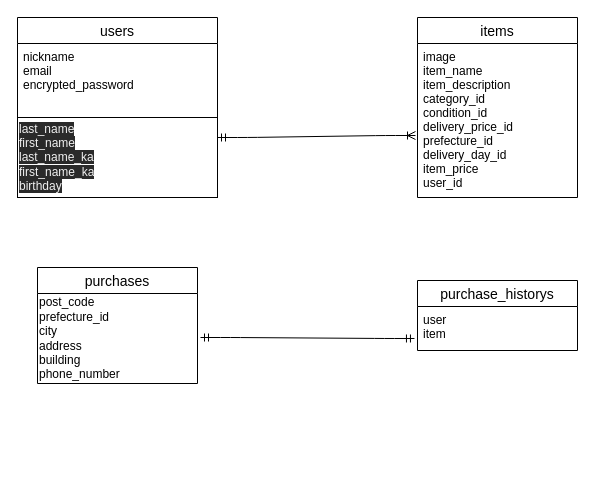
This is er.dio from teru-sei/furima-35973, a draw.io file, before an edit. Source tidied: cells renumbered, new cells numbered last; positions are measured from the earlier drawing's top-left corner, leaving out a move shared by most shapes. Both pictures are drawn from the tidied source at 100%, with x=0, y=0 at pixel (17, 17).
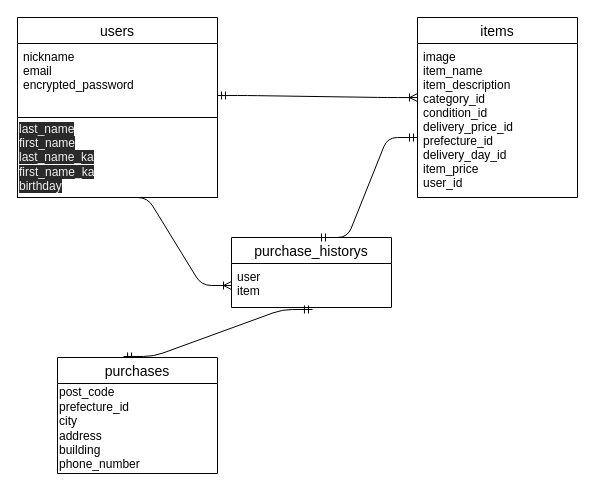
Above is the later version.

Commit message (it also covers changes not shown here):
ER図、README変更

Diff of the diagram source:
```diff
@@
 <mxGraphModel>
   <root>
     <mxCell id="0" />
     <mxCell id="1" parent="0" />
     <mxCell id="2" value="users" style="swimlane;fontStyle=0;horizontal=1;startSize=26;align=center;fontSize=14;" parent="1" vertex="1">
       <mxGeometry width="200" height="100" as="geometry" />
     </mxCell>
     <mxCell id="3" value="nickname&#10;email&#10;encrypted_password" style="text;strokeColor=none;fillColor=none;spacingLeft=4;spacingRight=4;overflow=hidden;points=[[0,0.5],[1,0.5]];portConstraint=eastwest;fontSize=12;" parent="2" vertex="1">
       <mxGeometry y="26" width="200" height="74" as="geometry" />
     </mxCell>
     <mxCell id="4" value="items" style="swimlane;fontStyle=0;horizontal=1;startSize=26;align=center;fontSize=14;" parent="1" vertex="1">
       <mxGeometry x="400" width="160" height="180" as="geometry" />
     </mxCell>
     <mxCell id="5" value="image&#10;item_name&#10;item_description&#10;category_id&#10;condition_id&#10;delivery_price_id&#10;prefecture_id&#10;delivery_day_id&#10;item_price&#10;user_id" style="text;strokeColor=none;fillColor=none;spacingLeft=4;spacingRight=4;overflow=hidden;points=[[0,0.5],[1,0.5]];portConstraint=eastwest;fontSize=12;" parent="4" vertex="1">
       <mxGeometry y="26" width="160" height="154" as="geometry" />
     </mxCell>
     <mxCell id="6" value="&lt;span style=&quot;color: rgb(240 , 240 , 240) ; font-family: &amp;#34;helvetica&amp;#34; ; font-size: 12px ; font-style: normal ; font-weight: 400 ; letter-spacing: normal ; text-indent: 0px ; text-transform: none ; word-spacing: 0px ; background-color: rgb(42 , 42 , 42) ; display: inline ; float: none&quot;&gt;last_name&lt;/span&gt;&lt;br style=&quot;padding: 0px ; margin: 0px ; color: rgb(240 , 240 , 240) ; font-family: &amp;#34;helvetica&amp;#34; ; font-size: 12px ; font-style: normal ; font-weight: 400 ; letter-spacing: normal ; text-indent: 0px ; text-transform: none ; word-spacing: 0px ; background-color: rgb(42 , 42 , 42)&quot;&gt;&lt;span style=&quot;color: rgb(240 , 240 , 240) ; font-family: &amp;#34;helvetica&amp;#34; ; font-size: 12px ; font-style: normal ; font-weight: 400 ; letter-spacing: normal ; text-indent: 0px ; text-transform: none ; word-spacing: 0px ; background-color: rgb(42 , 42 , 42) ; display: inline ; float: none&quot;&gt;first_name&lt;/span&gt;&lt;br style=&quot;padding: 0px ; margin: 0px ; color: rgb(240 , 240 , 240) ; font-family: &amp;#34;helvetica&amp;#34; ; font-size: 12px ; font-style: normal ; font-weight: 400 ; letter-spacing: normal ; text-indent: 0px ; text-transform: none ; word-spacing: 0px ; background-color: rgb(42 , 42 , 42)&quot;&gt;&lt;span style=&quot;color: rgb(240 , 240 , 240) ; font-family: &amp;#34;helvetica&amp;#34; ; font-size: 12px ; font-style: normal ; font-weight: 400 ; letter-spacing: normal ; text-indent: 0px ; text-transform: none ; word-spacing: 0px ; background-color: rgb(42 , 42 , 42) ; display: inline ; float: none&quot;&gt;last_name_ka&lt;/span&gt;&lt;br style=&quot;padding: 0px ; margin: 0px ; color: rgb(240 , 240 , 240) ; font-family: &amp;#34;helvetica&amp;#34; ; font-size: 12px ; font-style: normal ; font-weight: 400 ; letter-spacing: normal ; text-indent: 0px ; text-transform: none ; word-spacing: 0px ; background-color: rgb(42 , 42 , 42)&quot;&gt;&lt;span style=&quot;color: rgb(240 , 240 , 240) ; font-family: &amp;#34;helvetica&amp;#34; ; font-size: 12px ; font-style: normal ; font-weight: 400 ; letter-spacing: normal ; text-indent: 0px ; text-transform: none ; word-spacing: 0px ; background-color: rgb(42 , 42 , 42) ; display: inline ; float: none&quot;&gt;first_name_ka&lt;br&gt;birthday&lt;br&gt;&lt;/span&gt;" style="whiteSpace=wrap;html=1;align=left;" parent="1" vertex="1">
       <mxGeometry y="100" width="200" height="80" as="geometry" />
     </mxCell>
-    <mxCell id="7" style="edgeStyle=entityRelationEdgeStyle;fontSize=12;html=1;endArrow=ERoneToMany;startArrow=ERmandOne;exitX=1;exitY=0.25;exitDx=0;exitDy=0;" parent="1" edge="1" source="6">
-      <mxGeometry relative="1" as="geometry">
-        <mxPoint x="398" y="118" as="targetPoint" />
-      </mxGeometry>
+    <mxCell id="7" style="edgeStyle=entityRelationEdgeStyle;fontSize=12;html=1;endArrow=ERoneToMany;startArrow=ERmandOne;entryX=0;entryY=0.351;entryDx=0;entryDy=0;entryPerimeter=0;exitX=1;exitY=0.703;exitDx=0;exitDy=0;exitPerimeter=0;" parent="1" edge="1" source="3" target="5">
+      <mxGeometry relative="1" as="geometry" />
     </mxCell>
     <mxCell id="8" value="purchase_historys" style="swimlane;fontStyle=0;horizontal=1;startSize=26;align=center;fontSize=14;" parent="1" vertex="1">
-      <mxGeometry x="400" y="263" width="160" height="70" as="geometry" />
+      <mxGeometry x="214" y="220" width="160" height="70" as="geometry" />
     </mxCell>
     <mxCell id="9" value="user&#10;item" style="text;strokeColor=none;fillColor=none;spacingLeft=4;spacingRight=4;overflow=hidden;points=[[0,0.5],[1,0.5]];portConstraint=eastwest;fontSize=12;" parent="8" vertex="1">
       <mxGeometry y="26" width="160" height="44" as="geometry" />
     </mxCell>
-    <mxCell id="10" style="edgeStyle=entityRelationEdgeStyle;fontSize=12;html=1;endArrow=ERmandOne;startArrow=ERmandOne;entryX=-0.019;entryY=0.727;entryDx=0;entryDy=0;entryPerimeter=0;" parent="1" edge="1" target="9">
-      <mxGeometry relative="1" as="geometry">
-        <mxPoint x="183" y="320" as="sourcePoint" />
-      </mxGeometry>
+    <mxCell id="10" style="edgeStyle=entityRelationEdgeStyle;fontSize=12;html=1;endArrow=ERmandOne;startArrow=ERmandOne;entryX=0.506;entryY=1.045;entryDx=0;entryDy=0;entryPerimeter=0;exitX=0.413;exitY=-0.009;exitDx=0;exitDy=0;exitPerimeter=0;" parent="1" edge="1" source="11" target="9">
+      <mxGeometry relative="1" as="geometry" />
     </mxCell>
     <mxCell id="11" value="purchases" style="swimlane;fontStyle=0;horizontal=1;startSize=26;align=center;fontSize=14;" parent="1" vertex="1">
-      <mxGeometry x="20" y="250" width="160" height="116" as="geometry" />
+      <mxGeometry x="40" y="340" width="160" height="116" as="geometry" />
     </mxCell>
     <mxCell id="12" value="&lt;span&gt;post_code&lt;/span&gt;&lt;br&gt;&lt;span&gt;prefecture_id&lt;/span&gt;&lt;br&gt;&lt;span&gt;city&lt;/span&gt;&lt;br&gt;&lt;span&gt;address&lt;br&gt;&lt;/span&gt;building&lt;br&gt;&lt;span&gt;phone_number&lt;/span&gt;" style="text;html=1;align=left;verticalAlign=middle;strokeColor=none;" parent="11" vertex="1">
       <mxGeometry y="26" width="160" height="90" as="geometry" />
     </mxCell>
+    <mxCell id="13" style="edgeStyle=entityRelationEdgeStyle;fontSize=12;html=1;endArrow=ERmandOne;startArrow=ERmandOne;" parent="1" edge="1">
+      <mxGeometry relative="1" as="geometry">
+        <mxPoint x="300" y="220" as="sourcePoint" />
+        <mxPoint x="400" y="120" as="targetPoint" />
+      </mxGeometry>
+    </mxCell>
+    <mxCell id="14" style="edgeStyle=entityRelationEdgeStyle;fontSize=12;html=1;endArrow=ERoneToMany;entryX=0;entryY=0.5;entryDx=0;entryDy=0;exitX=0.5;exitY=1;exitDx=0;exitDy=0;" parent="1" edge="1" source="6" target="9">
+      <mxGeometry relative="1" as="geometry" />
+    </mxCell>
   </root>
 </mxGraphModel>
```
